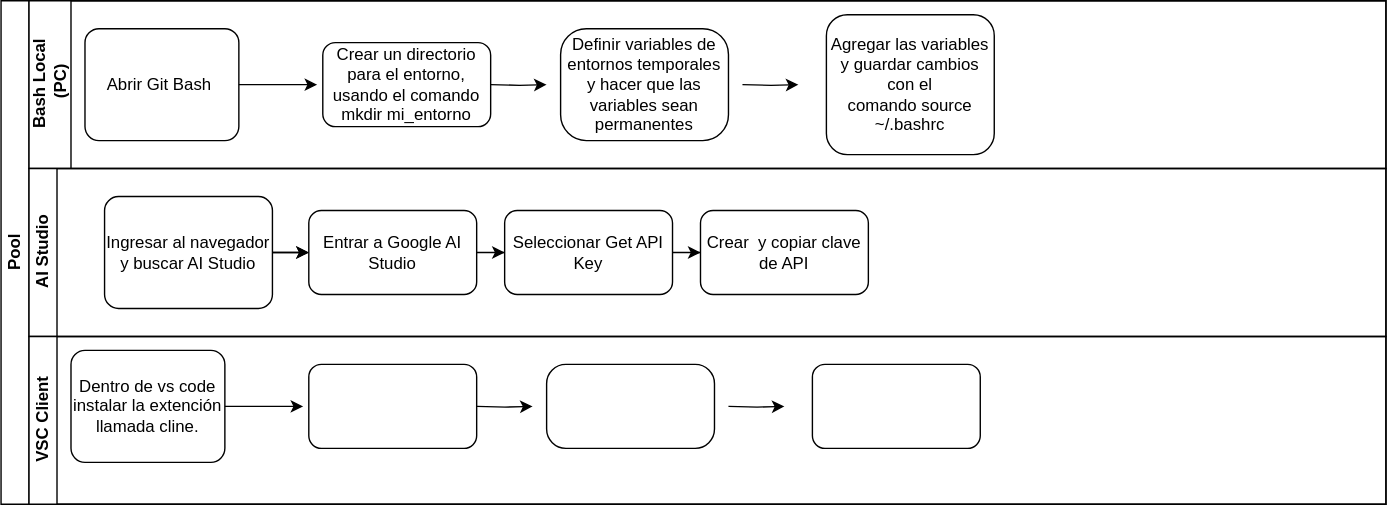
Above: systems_analysis/eva2/crear-env-vars-gitbash-windows.drawio.svg in cdvelop/aiep (draw.io), before the change. Source tidied: cells renumbered, new cells last; positions are measured from the earlier drawing's top-left corner, leaving out a move shared by most shapes.
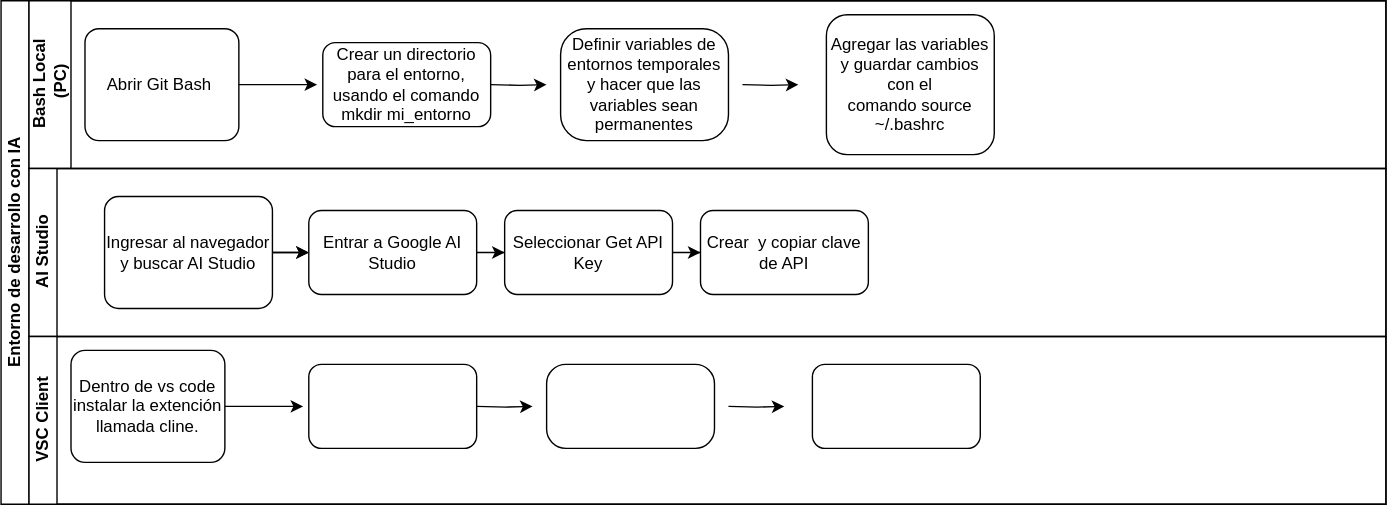
Later version of the same file.

Diff of the diagram source:
```diff
@@ -2,7 +2,7 @@
   <root>
     <mxCell id="0" />
     <mxCell id="1" parent="0" />
-    <mxCell id="2" value="Pool" style="swimlane;html=1;horizontal=0;startSize=20;whiteSpace=wrap;" parent="1" vertex="1">
+    <mxCell id="2" value="Entorno de desarrollo con IA" style="swimlane;html=1;horizontal=0;startSize=20;whiteSpace=wrap;" parent="1" vertex="1">
       <mxGeometry width="990" height="360" as="geometry" />
     </mxCell>
     <mxCell id="3" value="&lt;div&gt;Bash Local&lt;/div&gt;&amp;nbsp;(PC)" style="swimlane;html=1;startSize=30;horizontal=0;" parent="2" vertex="1">
```
